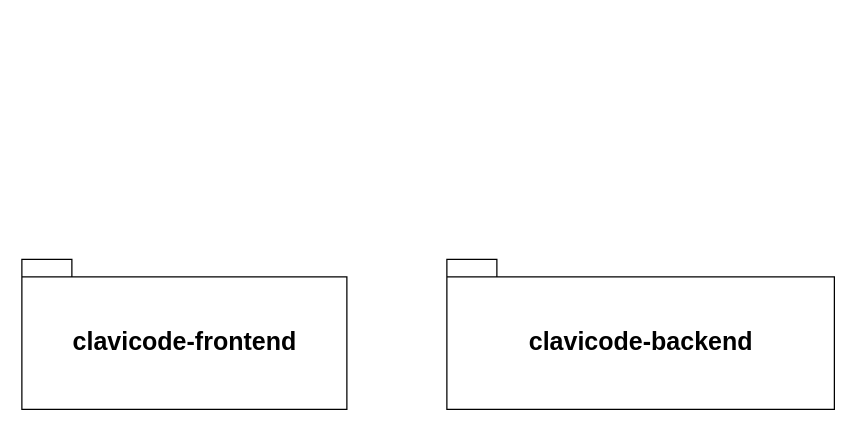
This is package_OOD.drawio from gulang2019/ClaviCode-UML, a draw.io file, before an edit. Source tidied: cells renumbered, new cells numbered last; positions are measured from the earlier drawing's top-left corner, leaving out a move shared by most shapes. Both pictures are drawn from the tidied source at 125%, with x=0, y=0 at pixel (21, 259).
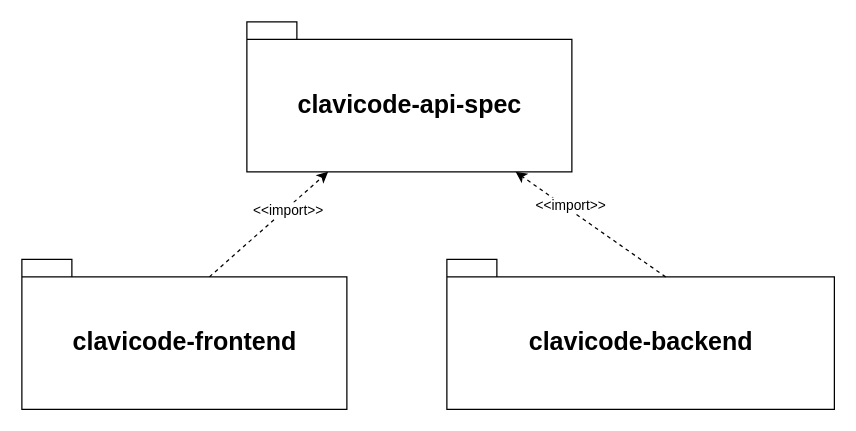
After the change.

Diff of the diagram source:
```diff
@@
 <mxGraphModel>
   <root>
     <mxCell id="0" />
     <mxCell id="1" parent="0" />
+    <mxCell id="4" style="rounded=0;jettySize=auto;html=1;exitX=0;exitY=0;exitDx=150;exitDy=14;exitPerimeter=0;entryX=0.25;entryY=1;entryDx=0;entryDy=0;entryPerimeter=0;dashed=1;" parent="1" edge="1" source="2" target="6">
+      <mxGeometry relative="1" as="geometry" />
+    </mxCell>
+    <mxCell id="5" value="&amp;lt;&amp;lt;import&amp;gt;&amp;gt;" style="edgeLabel;html=1;align=center;verticalAlign=middle;" parent="4" vertex="1">
+      <mxGeometry x="0.3" y="-2" relative="1" as="geometry">
+        <mxPoint y="-1" as="offset" />
+      </mxGeometry>
+    </mxCell>
     <mxCell id="2" value="&lt;font style=&quot;font-size: 20px&quot;&gt;clavicode-frontend&lt;/font&gt;" style="shape=folder;fontStyle=1;spacingTop=10;tabWidth=40;tabHeight=14;tabPosition=left;html=1;" parent="1" vertex="1">
       <mxGeometry width="260" height="120" as="geometry" />
     </mxCell>
     <mxCell id="3" value="&lt;font style=&quot;font-size: 20px&quot;&gt;clavicode-backend&lt;/font&gt;" style="shape=folder;fontStyle=1;spacingTop=10;tabWidth=40;tabHeight=14;tabPosition=left;html=1;" parent="1" vertex="1">
       <mxGeometry x="340" width="310" height="120" as="geometry" />
     </mxCell>
+    <mxCell id="6" value="&lt;font style=&quot;font-size: 20px&quot;&gt;clavicode-api-spec&lt;/font&gt;" style="shape=folder;fontStyle=1;spacingTop=10;tabWidth=40;tabHeight=14;tabPosition=left;html=1;" parent="1" vertex="1">
+      <mxGeometry x="180" y="-190" width="260" height="120" as="geometry" />
+    </mxCell>
+    <mxCell id="7" style="rounded=0;jettySize=auto;html=1;exitX=0;exitY=0;exitDx=175;exitDy=14;exitPerimeter=0;entryX=0.25;entryY=1;entryDx=0;entryDy=0;entryPerimeter=0;dashed=1;" parent="1" edge="1" source="3">
+      <mxGeometry relative="1" as="geometry">
+        <mxPoint x="395" y="-70" as="targetPoint" />
+      </mxGeometry>
+    </mxCell>
+    <mxCell id="8" value="&amp;lt;&amp;lt;import&amp;gt;&amp;gt;" style="edgeLabel;html=1;align=center;verticalAlign=middle;" parent="7" vertex="1">
+      <mxGeometry x="0.3" y="-2" relative="1" as="geometry">
+        <mxPoint y="-1" as="offset" />
+      </mxGeometry>
+    </mxCell>
   </root>
 </mxGraphModel>
```
